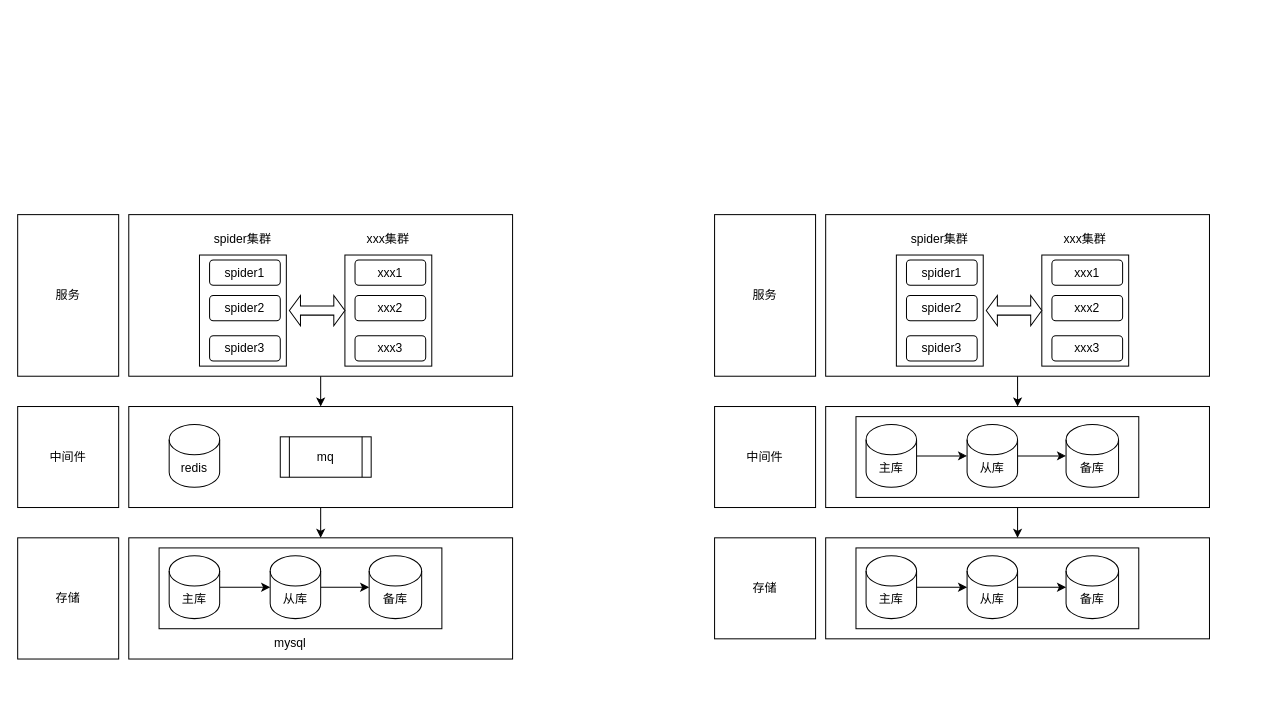
craZzoy/diagram keeps this draw.io diagram as spider.drawio. Above is the earlier version. Source tidied: cells renumbered, new cells numbered last; positions are measured from the earlier drawing's top-left corner, leaving out a move shared by most shapes. Both pictures are drawn from the tidied source at 101%, with x=0, y=0 at pixel (17, 214).
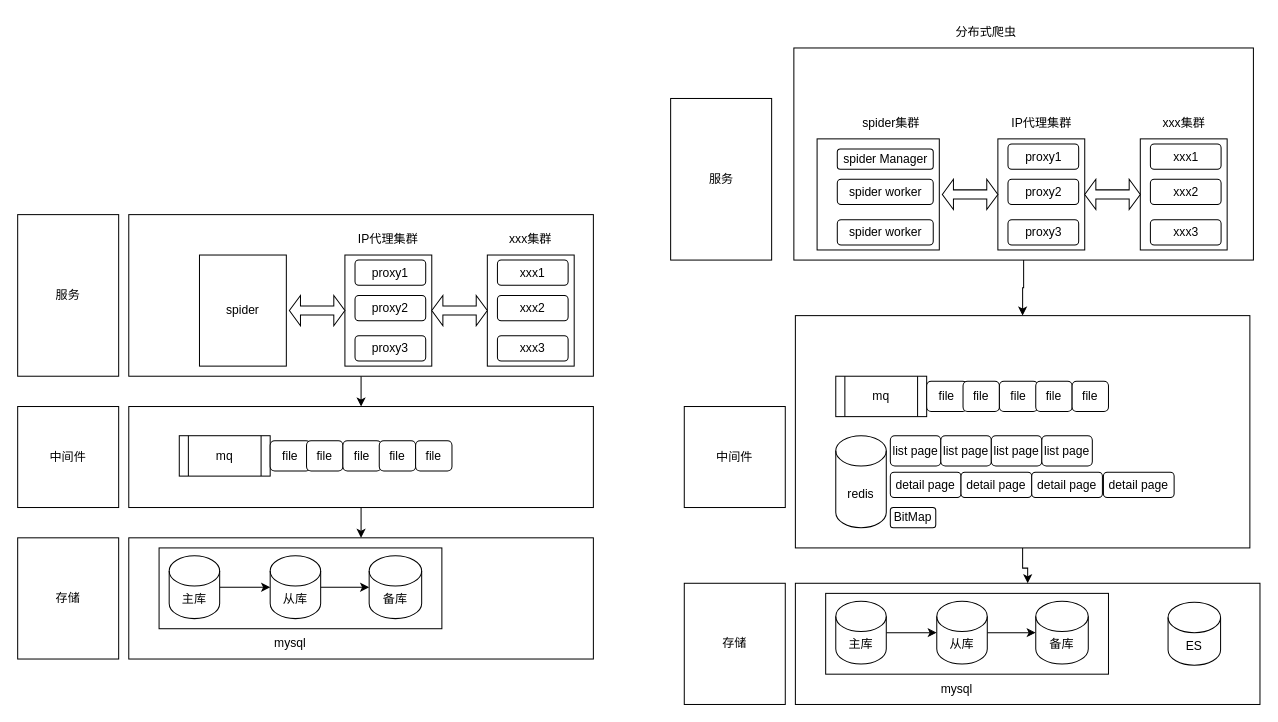
Above is the later version.

The edit, as a diff of the source:
```diff
@@
     <mxCell id="2" style="rounded=0;whiteSpace=wrap;html=1;" parent="1" vertex="1">
-      <mxGeometry x="110" y="320" width="380" height="120" as="geometry" />
+      <mxGeometry x="110" y="320" width="460" height="120" as="geometry" />
     </mxCell>
@@
     <mxCell id="10" style="rounded=0;whiteSpace=wrap;html=1;" parent="1" vertex="1">
-      <mxGeometry x="110" width="380" height="160" as="geometry" />
+      <mxGeometry x="110" width="460" height="160" as="geometry" />
     </mxCell>
-    <mxCell id="11" style="rounded=0;whiteSpace=wrap;html=1;" parent="1" vertex="1">
+    <mxCell id="11" value="spider" style="rounded=0;whiteSpace=wrap;html=1;" parent="1" vertex="1">
       <mxGeometry x="180" y="40" width="86" height="110" as="geometry" />
     </mxCell>
@@
-    <mxCell id="13" value="spider1" style="rounded=1;whiteSpace=wrap;html=1;" parent="1" vertex="1">
-      <mxGeometry x="190" y="45" width="70" height="25" as="geometry" />
-    </mxCell>
-    <mxCell id="14" value="spider2" style="rounded=1;whiteSpace=wrap;html=1;" parent="1" vertex="1">
-      <mxGeometry x="190" y="80" width="70" height="25" as="geometry" />
-    </mxCell>
-    <mxCell id="15" value="spider3" style="rounded=1;whiteSpace=wrap;html=1;" parent="1" vertex="1">
-      <mxGeometry x="190" y="120" width="70" height="25" as="geometry" />
-    </mxCell>
-    <mxCell id="16" value="spider集群" style="text;html=1;strokeColor=none;fillColor=none;align=center;verticalAlign=middle;whiteSpace=wrap;rounded=0;" parent="1" vertex="1">
-      <mxGeometry x="180" y="10" width="86" height="30" as="geometry" />
-    </mxCell>
@@
-    <mxCell id="18" value="xxx1" style="rounded=1;whiteSpace=wrap;html=1;" parent="1" vertex="1">
+    <mxCell id="18" value="proxy1" style="rounded=1;whiteSpace=wrap;html=1;" parent="1" vertex="1">
       <mxGeometry x="334" y="45" width="70" height="25" as="geometry" />
     </mxCell>
-    <mxCell id="19" value="xxx2" style="rounded=1;whiteSpace=wrap;html=1;" parent="1" vertex="1">
+    <mxCell id="19" value="proxy2" style="rounded=1;whiteSpace=wrap;html=1;" parent="1" vertex="1">
       <mxGeometry x="334" y="80" width="70" height="25" as="geometry" />
     </mxCell>
-    <mxCell id="20" value="xxx3" style="rounded=1;whiteSpace=wrap;html=1;" parent="1" vertex="1">
+    <mxCell id="20" value="proxy3" style="rounded=1;whiteSpace=wrap;html=1;" parent="1" vertex="1">
       <mxGeometry x="334" y="120" width="70" height="25" as="geometry" />
     </mxCell>
-    <mxCell id="21" value="xxx集群" style="text;html=1;strokeColor=none;fillColor=none;align=center;verticalAlign=middle;whiteSpace=wrap;rounded=0;" parent="1" vertex="1">
+    <mxCell id="21" value="IP代理集群" style="text;html=1;strokeColor=none;fillColor=none;align=center;verticalAlign=middle;whiteSpace=wrap;rounded=0;" parent="1" vertex="1">
       <mxGeometry x="324" y="10" width="86" height="30" as="geometry" />
     </mxCell>
@@
     <mxCell id="24" style="rounded=0;whiteSpace=wrap;html=1;" parent="1" vertex="1">
-      <mxGeometry x="110" y="190" width="380" height="100" as="geometry" />
+      <mxGeometry x="110" y="190" width="460" height="100" as="geometry" />
     </mxCell>
@@
-    <mxCell id="26" value="redis" style="shape=cylinder3;whiteSpace=wrap;html=1;boundedLbl=1;backgroundOutline=1;size=15;" parent="1" vertex="1">
-      <mxGeometry x="150" y="207.8" width="50" height="62.2" as="geometry" />
-    </mxCell>
-    <mxCell id="27" style="rounded=0;whiteSpace=wrap;html=1;" parent="1" vertex="1">
-      <mxGeometry x="800" y="320" width="380" height="100" as="geometry" />
-    </mxCell>
-    <mxCell id="28" value="存储" style="whiteSpace=wrap;html=1;" parent="1" vertex="1">
-      <mxGeometry x="690" y="320" width="100" height="100" as="geometry" />
-    </mxCell>
-    <mxCell id="29" style="rounded=0;whiteSpace=wrap;html=1;" parent="1" vertex="1">
-      <mxGeometry x="830" y="330" width="280" height="80" as="geometry" />
-    </mxCell>
-    <mxCell id="30" style="edgeStyle=orthogonalEdgeStyle;rounded=0;jettySize=auto;html=1;" parent="1" edge="1" source="31" target="33">
-      <mxGeometry relative="1" as="geometry" />
-    </mxCell>
-    <mxCell id="31" value="主库" style="shape=cylinder3;whiteSpace=wrap;html=1;boundedLbl=1;backgroundOutline=1;size=15;" parent="1" vertex="1">
-      <mxGeometry x="840" y="337.8" width="50" height="62.2" as="geometry" />
-    </mxCell>
-    <mxCell id="32" style="edgeStyle=orthogonalEdgeStyle;rounded=0;jettySize=auto;html=1;" parent="1" edge="1" source="33" target="34">
-      <mxGeometry relative="1" as="geometry" />
-    </mxCell>
-    <mxCell id="33" value="从库" style="shape=cylinder3;whiteSpace=wrap;html=1;boundedLbl=1;backgroundOutline=1;size=15;" parent="1" vertex="1">
-      <mxGeometry x="940" y="337.8" width="50" height="62.2" as="geometry" />
-    </mxCell>
-    <mxCell id="34" value="备库" style="shape=cylinder3;whiteSpace=wrap;html=1;boundedLbl=1;backgroundOutline=1;size=15;" parent="1" vertex="1">
-      <mxGeometry x="1038" y="337.8" width="52" height="62.2" as="geometry" />
-    </mxCell>
-    <mxCell id="35" style="edgeStyle=orthogonalEdgeStyle;rounded=0;jettySize=auto;html=1;entryX=0.5;entryY=0;entryDx=0;entryDy=0;" parent="1" edge="1" source="36" target="50">
-      <mxGeometry relative="1" as="geometry" />
-    </mxCell>
-    <mxCell id="36" style="rounded=0;whiteSpace=wrap;html=1;" parent="1" vertex="1">
-      <mxGeometry x="800" width="380" height="160" as="geometry" />
-    </mxCell>
-    <mxCell id="37" style="rounded=0;whiteSpace=wrap;html=1;" parent="1" vertex="1">
-      <mxGeometry x="870" y="40" width="86" height="110" as="geometry" />
-    </mxCell>
-    <mxCell id="38" value="服务" style="rounded=0;whiteSpace=wrap;html=1;" parent="1" vertex="1">
-      <mxGeometry x="690" width="100" height="160" as="geometry" />
-    </mxCell>
-    <mxCell id="39" value="spider1" style="rounded=1;whiteSpace=wrap;html=1;" parent="1" vertex="1">
-      <mxGeometry x="880" y="45" width="70" height="25" as="geometry" />
-    </mxCell>
-    <mxCell id="40" value="spider2" style="rounded=1;whiteSpace=wrap;html=1;" parent="1" vertex="1">
-      <mxGeometry x="880" y="80" width="70" height="25" as="geometry" />
-    </mxCell>
-    <mxCell id="41" value="spider3" style="rounded=1;whiteSpace=wrap;html=1;" parent="1" vertex="1">
-      <mxGeometry x="880" y="120" width="70" height="25" as="geometry" />
-    </mxCell>
-    <mxCell id="42" value="spider集群" style="text;html=1;strokeColor=none;fillColor=none;align=center;verticalAlign=middle;whiteSpace=wrap;rounded=0;" parent="1" vertex="1">
-      <mxGeometry x="870" y="10" width="86" height="30" as="geometry" />
-    </mxCell>
-    <mxCell id="43" style="rounded=0;whiteSpace=wrap;html=1;" parent="1" vertex="1">
-      <mxGeometry x="1014" y="40" width="86" height="110" as="geometry" />
-    </mxCell>
-    <mxCell id="44" value="xxx1" style="rounded=1;whiteSpace=wrap;html=1;" parent="1" vertex="1">
-      <mxGeometry x="1024" y="45" width="70" height="25" as="geometry" />
-    </mxCell>
-    <mxCell id="45" value="xxx2" style="rounded=1;whiteSpace=wrap;html=1;" parent="1" vertex="1">
-      <mxGeometry x="1024" y="80" width="70" height="25" as="geometry" />
-    </mxCell>
-    <mxCell id="46" value="xxx3" style="rounded=1;whiteSpace=wrap;html=1;" parent="1" vertex="1">
-      <mxGeometry x="1024" y="120" width="70" height="25" as="geometry" />
-    </mxCell>
-    <mxCell id="47" value="xxx集群" style="text;html=1;strokeColor=none;fillColor=none;align=center;verticalAlign=middle;whiteSpace=wrap;rounded=0;" parent="1" vertex="1">
-      <mxGeometry x="1014" y="10" width="86" height="30" as="geometry" />
-    </mxCell>
-    <mxCell id="48" style="shape=doubleArrow;whiteSpace=wrap;html=1;" parent="1" vertex="1">
-      <mxGeometry x="959" y="80" width="55" height="30" as="geometry" />
-    </mxCell>
-    <mxCell id="49" style="edgeStyle=orthogonalEdgeStyle;rounded=0;jettySize=auto;html=1;entryX=0.5;entryY=0;entryDx=0;entryDy=0;" parent="1" edge="1" source="50" target="27">
-      <mxGeometry relative="1" as="geometry" />
-    </mxCell>
-    <mxCell id="50" style="rounded=0;whiteSpace=wrap;html=1;" parent="1" vertex="1">
-      <mxGeometry x="800" y="190" width="380" height="100" as="geometry" />
-    </mxCell>
-    <mxCell id="51" value="中间件" style="whiteSpace=wrap;html=1;" parent="1" vertex="1">
-      <mxGeometry x="690" y="190" width="100" height="100" as="geometry" />
-    </mxCell>
-    <mxCell id="52" style="rounded=0;whiteSpace=wrap;html=1;" parent="1" vertex="1">
-      <mxGeometry x="830" y="200" width="280" height="80" as="geometry" />
-    </mxCell>
-    <mxCell id="53" style="edgeStyle=orthogonalEdgeStyle;rounded=0;jettySize=auto;html=1;" parent="1" edge="1" source="54" target="56">
-      <mxGeometry relative="1" as="geometry" />
-    </mxCell>
-    <mxCell id="54" value="主库" style="shape=cylinder3;whiteSpace=wrap;html=1;boundedLbl=1;backgroundOutline=1;size=15;" parent="1" vertex="1">
-      <mxGeometry x="840" y="207.8" width="50" height="62.2" as="geometry" />
-    </mxCell>
-    <mxCell id="55" style="edgeStyle=orthogonalEdgeStyle;rounded=0;jettySize=auto;html=1;" parent="1" edge="1" source="56" target="57">
-      <mxGeometry relative="1" as="geometry" />
-    </mxCell>
-    <mxCell id="56" value="从库" style="shape=cylinder3;whiteSpace=wrap;html=1;boundedLbl=1;backgroundOutline=1;size=15;" parent="1" vertex="1">
-      <mxGeometry x="940" y="207.8" width="50" height="62.2" as="geometry" />
-    </mxCell>
-    <mxCell id="57" value="备库" style="shape=cylinder3;whiteSpace=wrap;html=1;boundedLbl=1;backgroundOutline=1;size=15;" parent="1" vertex="1">
-      <mxGeometry x="1038" y="207.8" width="52" height="62.2" as="geometry" />
-    </mxCell>
@@
     <mxCell id="60" value="mq" style="shape=process;whiteSpace=wrap;html=1;backgroundOutline=1;" parent="1" vertex="1">
-      <mxGeometry x="260" y="220" width="90" height="40" as="geometry" />
+      <mxGeometry x="160" y="218.9" width="90" height="40" as="geometry" />
     </mxCell>
+    <mxCell id="61" style="rounded=0;whiteSpace=wrap;html=1;" parent="1" vertex="1">
+      <mxGeometry x="465" y="40" width="86" height="110" as="geometry" />
+    </mxCell>
+    <mxCell id="62" value="xxx1" style="rounded=1;whiteSpace=wrap;html=1;" parent="1" vertex="1">
+      <mxGeometry x="475" y="45" width="70" height="25" as="geometry" />
+    </mxCell>
+    <mxCell id="63" value="xxx2" style="rounded=1;whiteSpace=wrap;html=1;" parent="1" vertex="1">
+      <mxGeometry x="475" y="80" width="70" height="25" as="geometry" />
+    </mxCell>
+    <mxCell id="64" value="xxx3" style="rounded=1;whiteSpace=wrap;html=1;" parent="1" vertex="1">
+      <mxGeometry x="475" y="120" width="70" height="25" as="geometry" />
+    </mxCell>
+    <mxCell id="65" value="xxx集群" style="text;html=1;strokeColor=none;fillColor=none;align=center;verticalAlign=middle;whiteSpace=wrap;rounded=0;" parent="1" vertex="1">
+      <mxGeometry x="465" y="10" width="86" height="30" as="geometry" />
+    </mxCell>
+    <mxCell id="66" style="shape=doubleArrow;whiteSpace=wrap;html=1;" parent="1" vertex="1">
+      <mxGeometry x="410" y="80" width="55" height="30" as="geometry" />
+    </mxCell>
+    <mxCell id="67" style="rounded=0;whiteSpace=wrap;html=1;" parent="1" vertex="1">
+      <mxGeometry x="770" y="365" width="460" height="120" as="geometry" />
+    </mxCell>
+    <mxCell id="68" style="rounded=0;whiteSpace=wrap;html=1;" parent="1" vertex="1">
+      <mxGeometry x="800" y="375" width="280" height="80" as="geometry" />
+    </mxCell>
+    <mxCell id="69" style="edgeStyle=orthogonalEdgeStyle;rounded=0;jettySize=auto;html=1;" parent="1" edge="1" source="70" target="72">
+      <mxGeometry relative="1" as="geometry" />
+    </mxCell>
+    <mxCell id="70" value="主库" style="shape=cylinder3;whiteSpace=wrap;html=1;boundedLbl=1;backgroundOutline=1;size=15;" parent="1" vertex="1">
+      <mxGeometry x="810" y="382.8" width="50" height="62.2" as="geometry" />
+    </mxCell>
+    <mxCell id="71" style="edgeStyle=orthogonalEdgeStyle;rounded=0;jettySize=auto;html=1;" parent="1" edge="1" source="72" target="73">
+      <mxGeometry relative="1" as="geometry" />
+    </mxCell>
+    <mxCell id="72" value="从库" style="shape=cylinder3;whiteSpace=wrap;html=1;boundedLbl=1;backgroundOutline=1;size=15;" parent="1" vertex="1">
+      <mxGeometry x="910" y="382.8" width="50" height="62.2" as="geometry" />
+    </mxCell>
+    <mxCell id="73" value="备库" style="shape=cylinder3;whiteSpace=wrap;html=1;boundedLbl=1;backgroundOutline=1;size=15;" parent="1" vertex="1">
+      <mxGeometry x="1008" y="382.8" width="52" height="62.2" as="geometry" />
+    </mxCell>
+    <mxCell id="74" style="edgeStyle=orthogonalEdgeStyle;rounded=0;jettySize=auto;html=1;entryX=0.5;entryY=0;entryDx=0;entryDy=0;" parent="1" edge="1" source="75" target="87">
+      <mxGeometry relative="1" as="geometry" />
+    </mxCell>
+    <mxCell id="75" style="rounded=0;whiteSpace=wrap;html=1;" parent="1" vertex="1">
+      <mxGeometry x="768.5" y="-165" width="455" height="210" as="geometry" />
+    </mxCell>
+    <mxCell id="76" style="rounded=0;whiteSpace=wrap;html=1;" parent="1" vertex="1">
+      <mxGeometry x="791.5" y="-75" width="121" height="110" as="geometry" />
+    </mxCell>
+    <mxCell id="38" value="服务" style="rounded=0;whiteSpace=wrap;html=1;" parent="1" vertex="1">
+      <mxGeometry x="646.5" y="-115" width="100" height="160" as="geometry" />
+    </mxCell>
+    <mxCell id="77" value="spider Manager" style="rounded=1;whiteSpace=wrap;html=1;" parent="1" vertex="1">
+      <mxGeometry x="811.5" y="-65" width="95" height="20" as="geometry" />
+    </mxCell>
+    <mxCell id="78" value="spider worker" style="rounded=1;whiteSpace=wrap;html=1;" parent="1" vertex="1">
+      <mxGeometry x="811.5" y="-35" width="95" height="25" as="geometry" />
+    </mxCell>
+    <mxCell id="79" value="spider集群" style="text;html=1;strokeColor=none;fillColor=none;align=center;verticalAlign=middle;whiteSpace=wrap;rounded=0;" parent="1" vertex="1">
+      <mxGeometry x="821.5" y="-105" width="86" height="30" as="geometry" />
+    </mxCell>
+    <mxCell id="80" style="rounded=0;whiteSpace=wrap;html=1;" parent="1" vertex="1">
+      <mxGeometry x="970.5" y="-75" width="86" height="110" as="geometry" />
+    </mxCell>
+    <mxCell id="81" value="proxy1" style="rounded=1;whiteSpace=wrap;html=1;" parent="1" vertex="1">
+      <mxGeometry x="980.5" y="-70" width="70" height="25" as="geometry" />
+    </mxCell>
+    <mxCell id="82" value="proxy2" style="rounded=1;whiteSpace=wrap;html=1;" parent="1" vertex="1">
+      <mxGeometry x="980.5" y="-35" width="70" height="25" as="geometry" />
+    </mxCell>
+    <mxCell id="83" value="proxy3" style="rounded=1;whiteSpace=wrap;html=1;" parent="1" vertex="1">
+      <mxGeometry x="980.5" y="5" width="70" height="25" as="geometry" />
+    </mxCell>
+    <mxCell id="84" value="IP代理集群" style="text;html=1;strokeColor=none;fillColor=none;align=center;verticalAlign=middle;whiteSpace=wrap;rounded=0;" parent="1" vertex="1">
+      <mxGeometry x="970.5" y="-105" width="86" height="30" as="geometry" />
+    </mxCell>
+    <mxCell id="85" style="shape=doubleArrow;whiteSpace=wrap;html=1;" parent="1" vertex="1">
+      <mxGeometry x="915.5" y="-35" width="55" height="30" as="geometry" />
+    </mxCell>
+    <mxCell id="86" style="edgeStyle=orthogonalEdgeStyle;rounded=0;jettySize=auto;html=1;entryX=0.5;entryY=0;entryDx=0;entryDy=0;" parent="1" edge="1" source="87" target="67">
+      <mxGeometry relative="1" as="geometry" />
+    </mxCell>
+    <mxCell id="87" style="rounded=0;whiteSpace=wrap;html=1;" parent="1" vertex="1">
+      <mxGeometry x="770" y="100" width="450" height="230" as="geometry" />
+    </mxCell>
+    <mxCell id="51" value="中间件" style="whiteSpace=wrap;html=1;" parent="1" vertex="1">
+      <mxGeometry x="660" y="190" width="100" height="100" as="geometry" />
+    </mxCell>
+    <mxCell id="26" value="redis" style="shape=cylinder3;whiteSpace=wrap;html=1;boundedLbl=1;backgroundOutline=1;size=15;" parent="1" vertex="1">
+      <mxGeometry x="810" y="218.9" width="50" height="91.1" as="geometry" />
+    </mxCell>
+    <mxCell id="88" value="mysql" style="text;html=1;strokeColor=none;fillColor=none;align=center;verticalAlign=middle;whiteSpace=wrap;rounded=0;" parent="1" vertex="1">
+      <mxGeometry x="900" y="455" width="60" height="30" as="geometry" />
+    </mxCell>
+    <mxCell id="28" value="存储" style="rounded=0;whiteSpace=wrap;html=1;" parent="1" vertex="1">
+      <mxGeometry x="660" y="365" width="100" height="120" as="geometry" />
+    </mxCell>
+    <mxCell id="89" style="rounded=0;whiteSpace=wrap;html=1;" parent="1" vertex="1">
+      <mxGeometry x="1111.5" y="-75" width="86" height="110" as="geometry" />
+    </mxCell>
+    <mxCell id="90" value="xxx1" style="rounded=1;whiteSpace=wrap;html=1;" parent="1" vertex="1">
+      <mxGeometry x="1121.5" y="-70" width="70" height="25" as="geometry" />
+    </mxCell>
+    <mxCell id="91" value="xxx2" style="rounded=1;whiteSpace=wrap;html=1;" parent="1" vertex="1">
+      <mxGeometry x="1121.5" y="-35" width="70" height="25" as="geometry" />
+    </mxCell>
+    <mxCell id="92" value="xxx3" style="rounded=1;whiteSpace=wrap;html=1;" parent="1" vertex="1">
+      <mxGeometry x="1121.5" y="5" width="70" height="25" as="geometry" />
+    </mxCell>
+    <mxCell id="93" value="xxx集群" style="text;html=1;strokeColor=none;fillColor=none;align=center;verticalAlign=middle;whiteSpace=wrap;rounded=0;" parent="1" vertex="1">
+      <mxGeometry x="1111.5" y="-105" width="86" height="30" as="geometry" />
+    </mxCell>
+    <mxCell id="94" style="shape=doubleArrow;whiteSpace=wrap;html=1;" parent="1" vertex="1">
+      <mxGeometry x="1056.5" y="-35" width="55" height="30" as="geometry" />
+    </mxCell>
+    <mxCell id="95" value="ES" style="shape=cylinder3;whiteSpace=wrap;html=1;boundedLbl=1;backgroundOutline=1;size=15;" parent="1" vertex="1">
+      <mxGeometry x="1139" y="383.9" width="52" height="62.2" as="geometry" />
+    </mxCell>
+    <mxCell id="96" value="分布式爬虫" style="text;html=1;strokeColor=none;fillColor=none;align=center;verticalAlign=middle;whiteSpace=wrap;rounded=0;" parent="1" vertex="1">
+      <mxGeometry x="915.5" y="-195" width="86" height="30" as="geometry" />
+    </mxCell>
+    <mxCell id="97" value="file" style="rounded=1;whiteSpace=wrap;html=1;" parent="1" vertex="1">
+      <mxGeometry x="250" y="223.9" width="40" height="30" as="geometry" />
+    </mxCell>
+    <mxCell id="98" value="&lt;span style=&quot;&quot;&gt;file&lt;/span&gt;" style="rounded=1;whiteSpace=wrap;html=1;" parent="1" vertex="1">
+      <mxGeometry x="286" y="223.9" width="36" height="30" as="geometry" />
+    </mxCell>
+    <mxCell id="99" value="&lt;span style=&quot;&quot;&gt;file&lt;/span&gt;" style="rounded=1;whiteSpace=wrap;html=1;" parent="1" vertex="1">
+      <mxGeometry x="322" y="223.9" width="38" height="30" as="geometry" />
+    </mxCell>
+    <mxCell id="100" value="&lt;span style=&quot;&quot;&gt;file&lt;/span&gt;" style="rounded=1;whiteSpace=wrap;html=1;" parent="1" vertex="1">
+      <mxGeometry x="358" y="223.9" width="36" height="30" as="geometry" />
+    </mxCell>
+    <mxCell id="101" value="&lt;span style=&quot;&quot;&gt;file&lt;/span&gt;" style="rounded=1;whiteSpace=wrap;html=1;" parent="1" vertex="1">
+      <mxGeometry x="394" y="223.9" width="36" height="30" as="geometry" />
+    </mxCell>
+    <mxCell id="102" value="mq" style="shape=process;whiteSpace=wrap;html=1;backgroundOutline=1;" parent="1" vertex="1">
+      <mxGeometry x="810" y="160" width="90" height="40" as="geometry" />
+    </mxCell>
+    <mxCell id="103" value="file" style="rounded=1;whiteSpace=wrap;html=1;" parent="1" vertex="1">
+      <mxGeometry x="900" y="165" width="40" height="30" as="geometry" />
+    </mxCell>
+    <mxCell id="104" value="&lt;span style=&quot;&quot;&gt;file&lt;/span&gt;" style="rounded=1;whiteSpace=wrap;html=1;" parent="1" vertex="1">
+      <mxGeometry x="936" y="165" width="36" height="30" as="geometry" />
+    </mxCell>
+    <mxCell id="105" value="&lt;span style=&quot;&quot;&gt;file&lt;/span&gt;" style="rounded=1;whiteSpace=wrap;html=1;" parent="1" vertex="1">
+      <mxGeometry x="972" y="165" width="38" height="30" as="geometry" />
+    </mxCell>
+    <mxCell id="106" value="&lt;span style=&quot;&quot;&gt;file&lt;/span&gt;" style="rounded=1;whiteSpace=wrap;html=1;" parent="1" vertex="1">
+      <mxGeometry x="1008" y="165" width="36" height="30" as="geometry" />
+    </mxCell>
+    <mxCell id="107" value="&lt;span style=&quot;&quot;&gt;file&lt;/span&gt;" style="rounded=1;whiteSpace=wrap;html=1;" parent="1" vertex="1">
+      <mxGeometry x="1044" y="165" width="36" height="30" as="geometry" />
+    </mxCell>
+    <mxCell id="108" value="list page" style="rounded=1;whiteSpace=wrap;html=1;" parent="1" vertex="1">
+      <mxGeometry x="864" y="218.9" width="50" height="30" as="geometry" />
+    </mxCell>
+    <mxCell id="109" value="list page" style="rounded=1;whiteSpace=wrap;html=1;" parent="1" vertex="1">
+      <mxGeometry x="914" y="218.9" width="50" height="30" as="geometry" />
+    </mxCell>
+    <mxCell id="110" value="list page" style="rounded=1;whiteSpace=wrap;html=1;" parent="1" vertex="1">
+      <mxGeometry x="964" y="218.9" width="50" height="30" as="geometry" />
+    </mxCell>
+    <mxCell id="111" value="list page" style="rounded=1;whiteSpace=wrap;html=1;" parent="1" vertex="1">
+      <mxGeometry x="1014" y="218.9" width="50" height="30" as="geometry" />
+    </mxCell>
+    <mxCell id="112" value="BitMap" style="rounded=1;whiteSpace=wrap;html=1;" parent="1" vertex="1">
+      <mxGeometry x="864" y="290" width="45" height="20" as="geometry" />
+    </mxCell>
+    <mxCell id="113" value="detail page" style="rounded=1;whiteSpace=wrap;html=1;" parent="1" vertex="1">
+      <mxGeometry x="864" y="255" width="70" height="25" as="geometry" />
+    </mxCell>
+    <mxCell id="114" value="detail page" style="rounded=1;whiteSpace=wrap;html=1;" parent="1" vertex="1">
+      <mxGeometry x="934" y="255" width="70" height="25" as="geometry" />
+    </mxCell>
+    <mxCell id="115" value="detail page" style="rounded=1;whiteSpace=wrap;html=1;" parent="1" vertex="1">
+      <mxGeometry x="1004" y="255" width="70" height="25" as="geometry" />
+    </mxCell>
+    <mxCell id="116" value="detail page" style="rounded=1;whiteSpace=wrap;html=1;" parent="1" vertex="1">
+      <mxGeometry x="1075" y="255" width="70" height="25" as="geometry" />
+    </mxCell>
+    <mxCell id="117" value="spider worker" style="rounded=1;whiteSpace=wrap;html=1;" parent="1" vertex="1">
+      <mxGeometry x="811.5" y="5" width="95" height="25" as="geometry" />
+    </mxCell>
```
